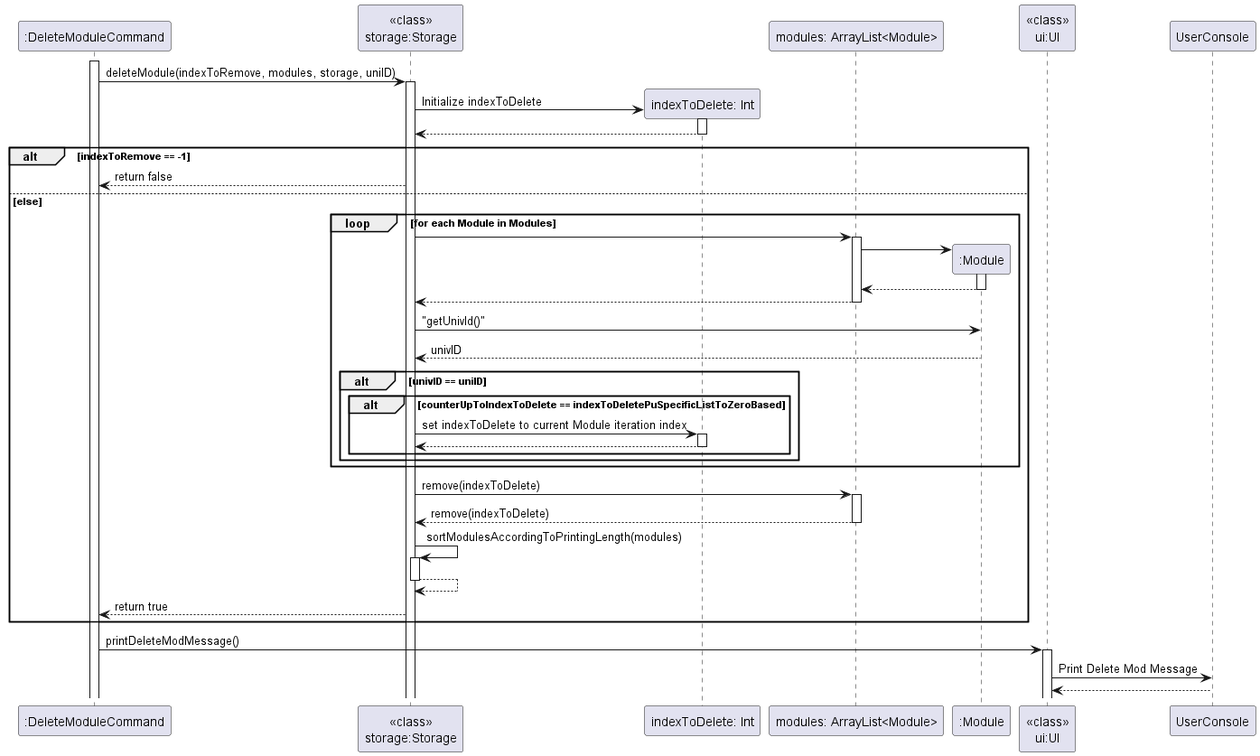
Earlier version of the PlantUML export docs/diagrams/Commands/DeleteModuleCommandSequenceDiagram.png (nus-cs2113-AY2223S2/tp). Source of this version:
```plantuml
@startuml

activate ":DeleteModuleCommand"

":DeleteModuleCommand" -> "<<class>>\nstorage:Storage" : deleteModule(indexToRemove, modules, storage, uniID)
activate "<<class>>\nstorage:Storage"

create "indexToDelete: Int"
"<<class>>\nstorage:Storage" -> "indexToDelete: Int": Initialize indexToDelete
activate "indexToDelete: Int"
"<<class>>\nstorage:Storage" <-- "indexToDelete: Int"
deactivate "indexToDelete: Int"

alt indexToRemove == -1
"<<class>>\nstorage:Storage" --> ":DeleteModuleCommand" : return false
else else
    loop for each Module in Modules

        "<<class>>\nstorage:Storage" -> "modules: ArrayList<Module>"
         activate "modules: ArrayList<Module>"
         create ":Module"
         "modules: ArrayList<Module>" -> ":Module"
         activate ":Module"
         "modules: ArrayList<Module>" <-- ":Module"
         deactivate ":Module"

         "<<class>>\nstorage:Storage" <-- "modules: ArrayList<Module>"
         deactivate "modules: ArrayList<Module>"

        "<<class>>\nstorage:Storage" -> ":Module" : "getUnivId()"
        "<<class>>\nstorage:Storage" <-- ":Module" : univID

        alt univID == uniID
            alt counterUpToIndexToDelete == indexToDeletePuSpecificListToZeroBased
                "<<class>>\nstorage:Storage" -> "indexToDelete: Int": set indexToDelete to current Module iteration index
                activate "indexToDelete: Int"
                "<<class>>\nstorage:Storage" <-- "indexToDelete: Int"
                deactivate "indexToDelete: Int"

            end
        end
    end

   "<<class>>\nstorage:Storage" -> "modules: ArrayList<Module>" : remove(indexToDelete)
    activate "modules: ArrayList<Module>"
    "<<class>>\nstorage:Storage" <-- "modules: ArrayList<Module>" : remove(indexToDelete)
    deactivate "modules: ArrayList<Module>"
     "<<class>>\nstorage:Storage" -> "<<class>>\nstorage:Storage": sortModulesAccordingToPrintingLength(modules)
    activate "<<class>>\nstorage:Storage"
        "<<class>>\nstorage:Storage" --> "<<class>>\nstorage:Storage"
        deactivate "<<class>>\nstorage:Storage"

    "<<class>>\nstorage:Storage" --> ":DeleteModuleCommand" : return true

end
":DeleteModuleCommand" -> "<<class>>\nui:UI" : printDeleteModMessage()
activate "<<class>>\nui:UI"

"<<class>>\nui:UI" -> UserConsole : Print Delete Mod Message
"<<class>>\nui:UI" <-- UserConsole
@enduml
```
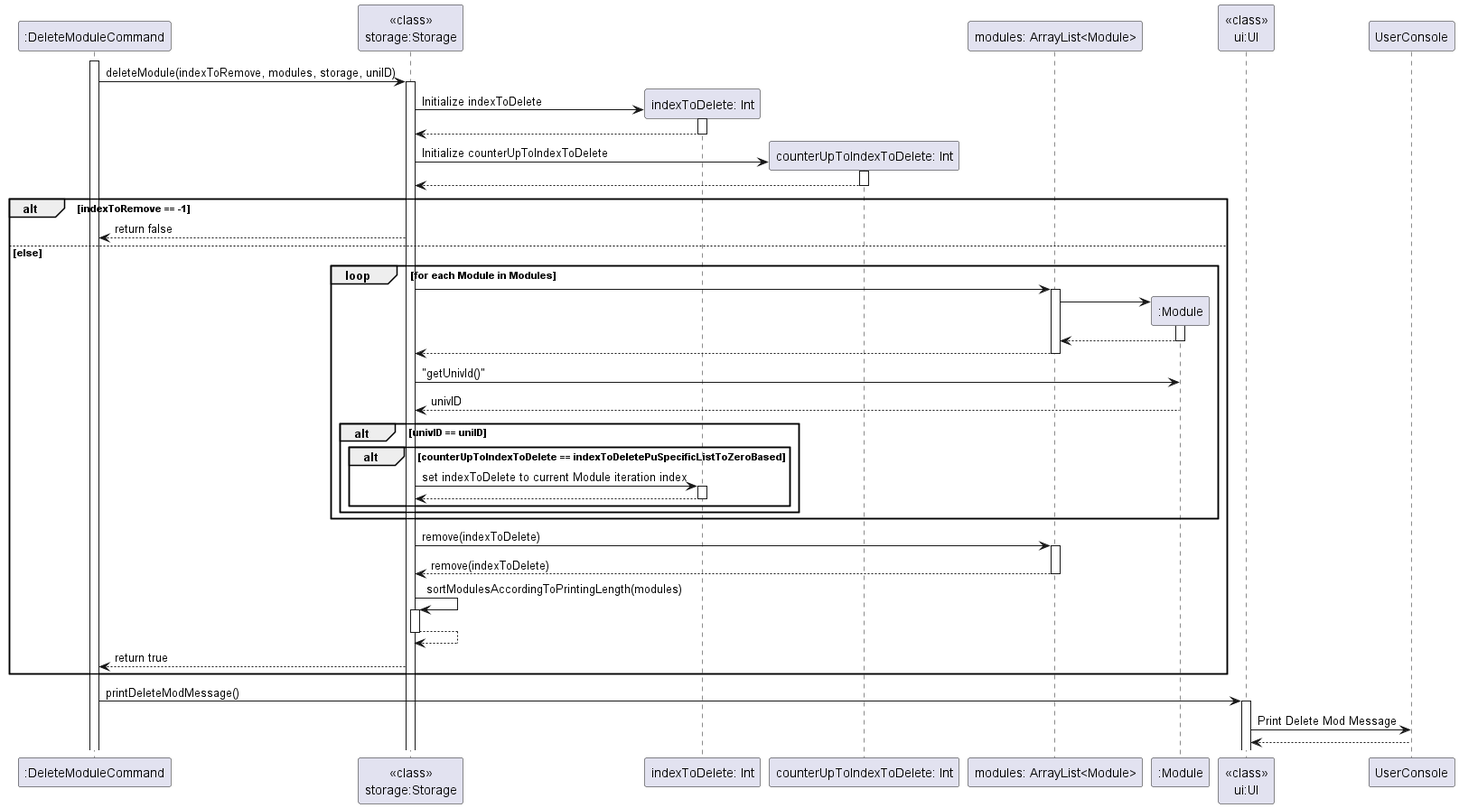
Above is the later version.

Change to the diagram source:
```diff
@@ -10,6 +10,12 @@
 activate "indexToDelete: Int"
 "<<class>>\nstorage:Storage" <-- "indexToDelete: Int"
 deactivate "indexToDelete: Int"
+
+create "counterUpToIndexToDelete: Int"
+"<<class>>\nstorage:Storage" -> "counterUpToIndexToDelete: Int": Initialize counterUpToIndexToDelete
+activate "counterUpToIndexToDelete: Int"
+"<<class>>\nstorage:Storage" <-- "counterUpToIndexToDelete: Int"
+deactivate "counterUpToIndexToDelete: Int"
 
 alt indexToRemove == -1
 "<<class>>\nstorage:Storage" --> ":DeleteModuleCommand" : return false
```
